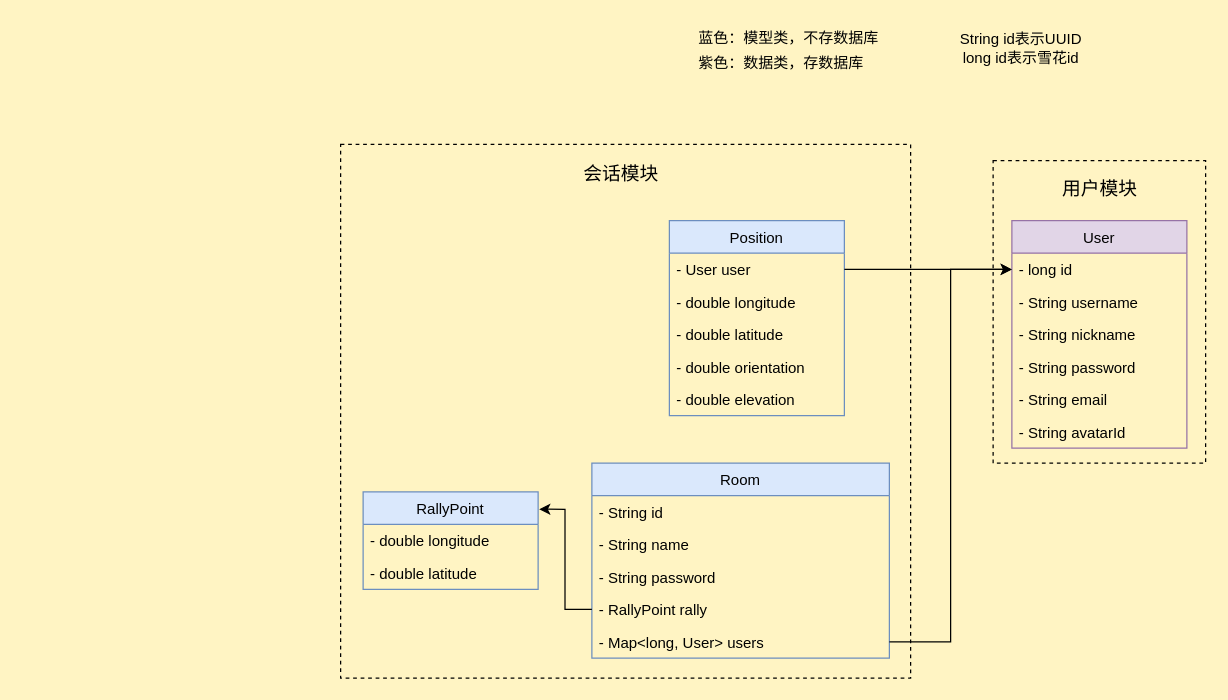
This is page "类图" (1 of 4) of findMe-UML.dio from swsk33/find-me-cloud, a draw.io file, before an edit. Source tidied: cells renumbered, new cells numbered last; positions are measured from the earlier drawing's top-left corner, leaving out a move shared by most shapes. Both pictures are drawn from the tidied source at 125%, with x=0, y=0 at pixel (340, 21).
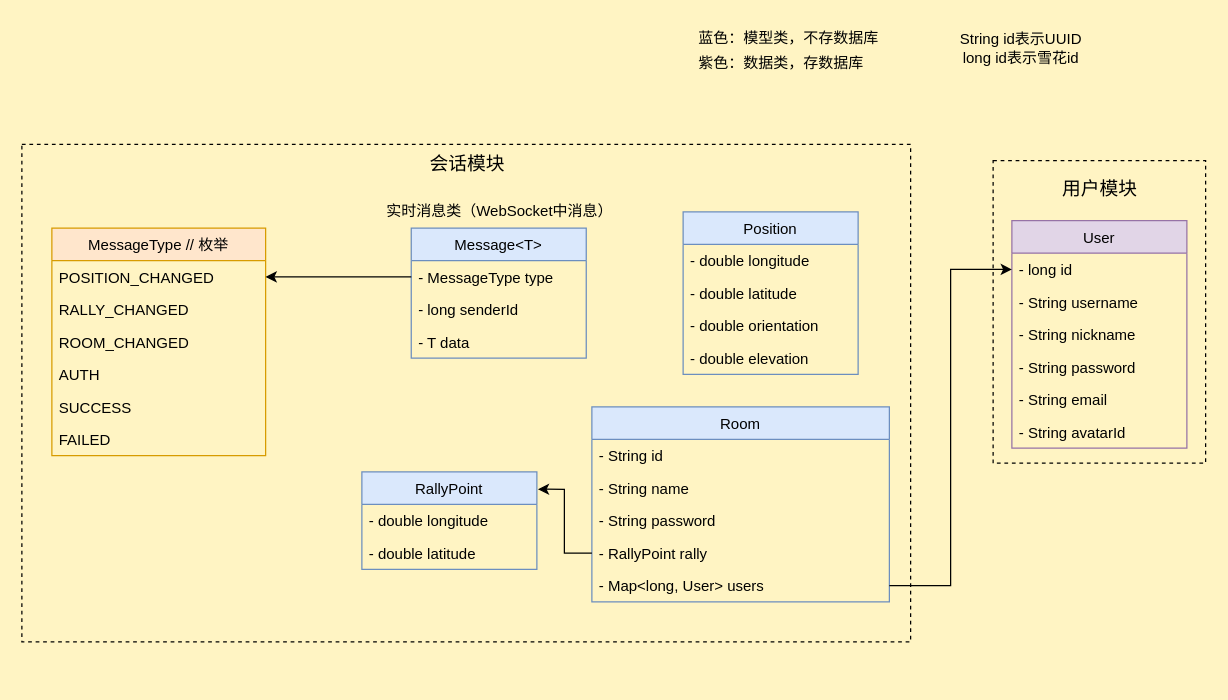
The same diagram, later.

Unchanged cells that the change refers to:
```xml
<mxCell id="5" value="- long id" style="text;strokeColor=none;fillColor=none;align=left;verticalAlign=top;spacingLeft=4;spacingRight=4;overflow=hidden;points=[[0,0.5],[1,0.5]];portConstraint=eastwest;" parent="4" vertex="1">
  <mxGeometry y="26" width="140" height="26" as="geometry" />
</mxCell>
```

What changed in the source:
```diff
@@
     <mxCell id="2" style="rounded=0;whiteSpace=wrap;html=1;fillColor=none;dashed=1;" parent="1" vertex="1">
-      <mxGeometry y="98" width="456" height="427" as="geometry" />
+      <mxGeometry x="-255" y="98" width="711" height="398" as="geometry" />
     </mxCell>
@@
     <mxCell id="11" value="Position" style="swimlane;fontStyle=0;horizontal=1;startSize=26;fillColor=#dae8fc;strokeColor=#6c8ebf;" parent="1" vertex="1">
-      <mxGeometry x="263" y="159" width="140" height="156" as="geometry" />
+      <mxGeometry x="274" y="152" width="140" height="130" as="geometry" />
     </mxCell>
-    <mxCell id="12" value="- User user" style="text;strokeColor=none;fillColor=none;align=left;verticalAlign=top;spacingLeft=4;spacingRight=4;overflow=hidden;points=[[0,0.5],[1,0.5]];portConstraint=eastwest;" parent="11" vertex="1">
-      <mxGeometry y="26" width="140" height="26" as="geometry" />
-    </mxCell>
     <mxCell id="13" value="- double longitude" style="text;strokeColor=none;fillColor=none;align=left;verticalAlign=top;spacingLeft=4;spacingRight=4;overflow=hidden;" parent="11" vertex="1">
-      <mxGeometry y="52" width="140" height="26" as="geometry" />
+      <mxGeometry y="26" width="140" height="26" as="geometry" />
     </mxCell>
     <mxCell id="14" value="- double latitude" style="text;strokeColor=none;fillColor=none;align=left;verticalAlign=top;spacingLeft=4;spacingRight=4;overflow=hidden;" parent="11" vertex="1">
-      <mxGeometry y="78" width="140" height="26" as="geometry" />
+      <mxGeometry y="52" width="140" height="26" as="geometry" />
     </mxCell>
     <mxCell id="15" value="- double orientation" style="text;strokeColor=none;fillColor=none;align=left;verticalAlign=top;spacingLeft=4;spacingRight=4;overflow=hidden;" parent="11" vertex="1">
-      <mxGeometry y="104" width="140" height="26" as="geometry" />
+      <mxGeometry y="78" width="140" height="26" as="geometry" />
     </mxCell>
     <mxCell id="16" value="- double elevation" style="text;strokeColor=none;fillColor=none;align=left;verticalAlign=top;spacingLeft=4;spacingRight=4;overflow=hidden;" parent="11" vertex="1">
-      <mxGeometry y="130" width="140" height="26" as="geometry" />
+      <mxGeometry y="104" width="140" height="26" as="geometry" />
     </mxCell>
@@
     <mxCell id="21" value="Room" style="swimlane;fontStyle=0;horizontal=1;startSize=26;fillColor=#dae8fc;strokeColor=#6c8ebf;" parent="1" vertex="1">
-      <mxGeometry x="201" y="353" width="238" height="156" as="geometry" />
+      <mxGeometry x="201" y="308" width="238" height="156" as="geometry" />
     </mxCell>
@@
-    <mxCell id="27" style="edgeStyle=orthogonalEdgeStyle;rounded=0;jettySize=auto;html=1;exitX=1;exitY=0.5;exitDx=0;exitDy=0;entryX=0;entryY=0.5;entryDx=0;entryDy=0;endArrow=classic;endFill=1;" parent="1" edge="1" source="12" target="5">
-      <mxGeometry relative="1" as="geometry" />
-    </mxCell>
@@
     <mxCell id="29" value="&lt;font style=&quot;font-size: 15px;&quot;&gt;会话模块&lt;/font&gt;" style="text;html=1;align=center;verticalAlign=middle;strokeColor=none;fillColor=none;" parent="1" vertex="1">
-      <mxGeometry x="185" y="106" width="78" height="30" as="geometry" />
+      <mxGeometry x="61.5" y="98" width="78" height="30" as="geometry" />
     </mxCell>
     <mxCell id="30" value="RallyPoint" style="swimlane;fontStyle=0;horizontal=1;startSize=26;fillColor=#dae8fc;strokeColor=#6c8ebf;" parent="1" vertex="1">
-      <mxGeometry x="18" y="376" width="140" height="78" as="geometry" />
+      <mxGeometry x="17" y="360" width="140" height="78" as="geometry" />
     </mxCell>
@@
+    <mxCell id="35" value="Message&lt;T&gt;" style="swimlane;fontStyle=0;horizontal=1;startSize=26;fillColor=#dae8fc;strokeColor=#6c8ebf;" parent="1" vertex="1">
+      <mxGeometry x="56.5" y="165" width="140" height="104" as="geometry" />
+    </mxCell>
+    <mxCell id="36" value="- MessageType type" style="text;strokeColor=none;fillColor=none;align=left;verticalAlign=top;spacingLeft=4;spacingRight=4;overflow=hidden;points=[[0,0.5],[1,0.5]];portConstraint=eastwest;" parent="35" vertex="1">
+      <mxGeometry y="26" width="140" height="26" as="geometry" />
+    </mxCell>
+    <mxCell id="37" value="- long senderId" style="text;strokeColor=none;fillColor=none;align=left;verticalAlign=top;spacingLeft=4;spacingRight=4;overflow=hidden;" parent="35" vertex="1">
+      <mxGeometry y="52" width="140" height="26" as="geometry" />
+    </mxCell>
+    <mxCell id="38" value="- T data" style="text;strokeColor=none;fillColor=none;align=left;verticalAlign=top;spacingLeft=4;spacingRight=4;overflow=hidden;" parent="35" vertex="1">
+      <mxGeometry y="78" width="140" height="26" as="geometry" />
+    </mxCell>
+    <mxCell id="39" value="实时消息类（WebSocket中消息）" style="text;html=1;align=center;verticalAlign=middle;strokeColor=none;fillColor=none;" parent="1" vertex="1">
+      <mxGeometry x="27" y="139" width="199" height="26" as="geometry" />
+    </mxCell>
+    <mxCell id="40" value="MessageType // 枚举" style="swimlane;fontStyle=0;horizontal=1;startSize=26;fillColor=#ffe6cc;strokeColor=#d79b00;" parent="1" vertex="1">
+      <mxGeometry x="-231" y="165" width="171" height="182" as="geometry" />
+    </mxCell>
+    <mxCell id="41" value="POSITION_CHANGED" style="text;strokeColor=none;fillColor=none;align=left;verticalAlign=top;spacingLeft=4;spacingRight=4;overflow=hidden;points=[[0,0.5],[1,0.5]];portConstraint=eastwest;" parent="40" vertex="1">
+      <mxGeometry y="26" width="171" height="26" as="geometry" />
+    </mxCell>
+    <mxCell id="42" value="RALLY_CHANGED" style="text;strokeColor=none;fillColor=none;align=left;verticalAlign=top;spacingLeft=4;spacingRight=4;overflow=hidden;" parent="40" vertex="1">
+      <mxGeometry y="52" width="171" height="26" as="geometry" />
+    </mxCell>
+    <mxCell id="43" value="ROOM_CHANGED" style="text;strokeColor=none;fillColor=none;align=left;verticalAlign=top;spacingLeft=4;spacingRight=4;overflow=hidden;" parent="40" vertex="1">
+      <mxGeometry y="78" width="171" height="26" as="geometry" />
+    </mxCell>
+    <mxCell id="44" value="AUTH" style="text;strokeColor=none;fillColor=none;align=left;verticalAlign=top;spacingLeft=4;spacingRight=4;overflow=hidden;" parent="40" vertex="1">
+      <mxGeometry y="104" width="171" height="26" as="geometry" />
+    </mxCell>
+    <mxCell id="45" value="SUCCESS" style="text;strokeColor=none;fillColor=none;align=left;verticalAlign=top;spacingLeft=4;spacingRight=4;overflow=hidden;" parent="40" vertex="1">
+      <mxGeometry y="130" width="171" height="26" as="geometry" />
+    </mxCell>
+    <mxCell id="46" value="FAILED" style="text;strokeColor=none;fillColor=none;align=left;verticalAlign=top;spacingLeft=4;spacingRight=4;overflow=hidden;" parent="40" vertex="1">
+      <mxGeometry y="156" width="171" height="26" as="geometry" />
+    </mxCell>
+    <mxCell id="47" style="edgeStyle=orthogonalEdgeStyle;rounded=0;jettySize=auto;html=1;exitX=0;exitY=0.5;exitDx=0;exitDy=0;entryX=1;entryY=0.5;entryDx=0;entryDy=0;fontColor=default;" parent="1" edge="1" source="36" target="41">
+      <mxGeometry relative="1" as="geometry" />
+    </mxCell>
```
